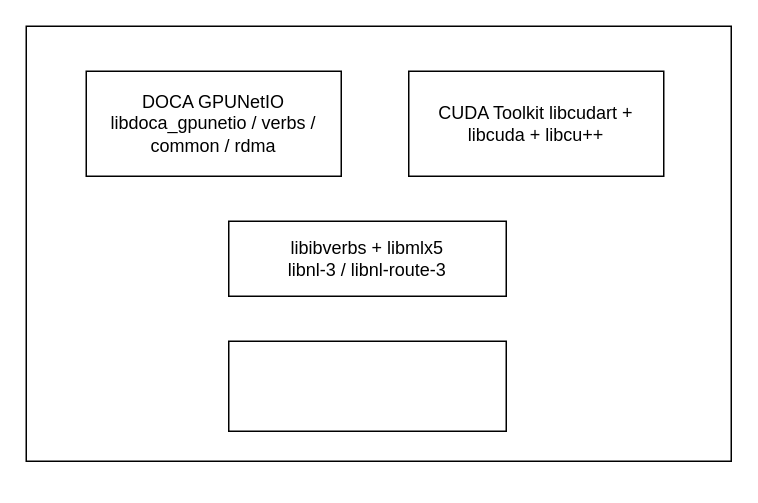
The draw.io diagram 软件栈.drawio in diandianjunA/diandianjunA, before the edit. Source tidied: cells renumbered, new cells numbered last; positions are measured from the earlier drawing's top-left corner, leaving out a move shared by most shapes. Both pictures are drawn from the tidied source at 150%, with x=0, y=0 at pixel (26, 26).
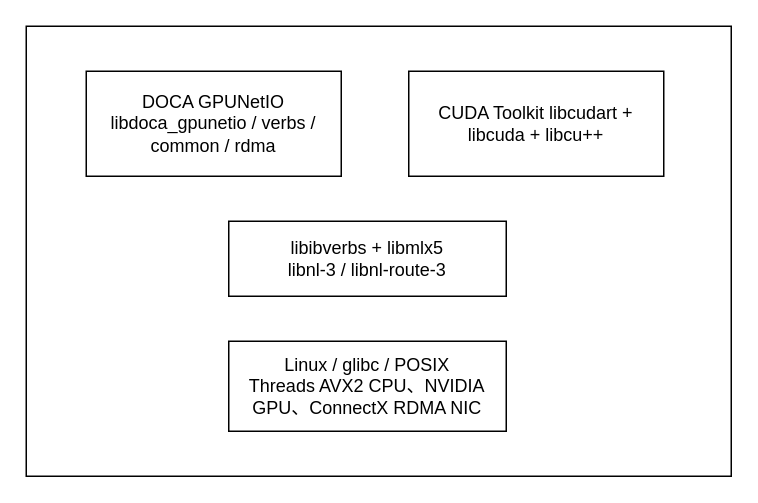
The same diagram, later.

Commit message:
已添加 软件栈.drawio

The edit, as a diff of the source:
```diff
@@
 <mxGraphModel>
   <root>
     <mxCell id="0" />
     <mxCell id="1" parent="0" />
     <mxCell id="2" style="rounded=0;whiteSpace=wrap;html=1;" parent="1" vertex="1">
-      <mxGeometry width="470" height="290" as="geometry" />
+      <mxGeometry width="470" height="300" as="geometry" />
     </mxCell>
     <mxCell id="3" value="DOCA GPUNetIO&lt;div&gt;libdoca_gpunetio / verbs / common / rdma&lt;/div&gt;" style="rounded=0;whiteSpace=wrap;html=1;" parent="1" vertex="1">
       <mxGeometry x="40" y="30" width="170" height="70" as="geometry" />
     </mxCell>
     <mxCell id="4" value="CUDA Toolkit libcudart + libcuda + libcu++" style="rounded=0;whiteSpace=wrap;html=1;" parent="1" vertex="1">
       <mxGeometry x="255" y="30" width="170" height="70" as="geometry" />
     </mxCell>
     <mxCell id="5" value="libibverbs + libmlx5&lt;div&gt;libnl-3 / libnl-route-3&lt;/div&gt;" style="rounded=0;whiteSpace=wrap;html=1;" parent="1" vertex="1">
       <mxGeometry x="135" y="130" width="185" height="50" as="geometry" />
     </mxCell>
-    <mxCell id="6" style="rounded=0;whiteSpace=wrap;html=1;" parent="1" vertex="1">
+    <mxCell id="6" value="Linux / glibc / POSIX&lt;div&gt;Threads AVX2 CPU、NVIDIA GPU、ConnectX RDMA NIC&lt;/div&gt;" style="rounded=0;whiteSpace=wrap;html=1;" parent="1" vertex="1">
       <mxGeometry x="135" y="210" width="185" height="60" as="geometry" />
     </mxCell>
   </root>
 </mxGraphModel>
```
